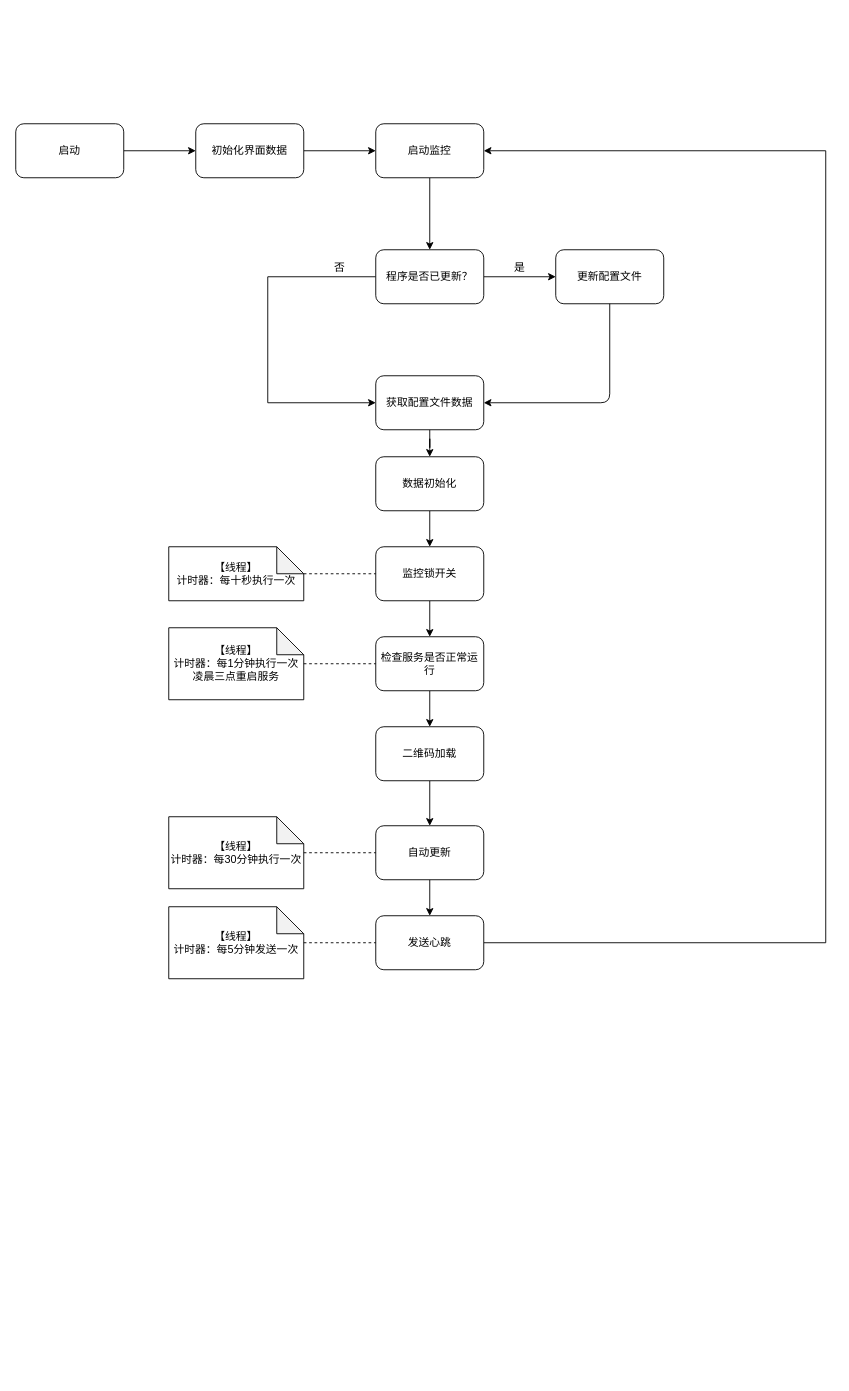
Before: 柜子监控程序执行流程图.drawio in Canaban0305/Documents, a draw.io diagram. Source tidied: cells renumbered, new cells numbered last; positions are measured from the earlier drawing's top-left corner, leaving out a move shared by most shapes. Both pictures are drawn from the tidied source at 90%, with x=0, y=0 at pixel (15, 123).
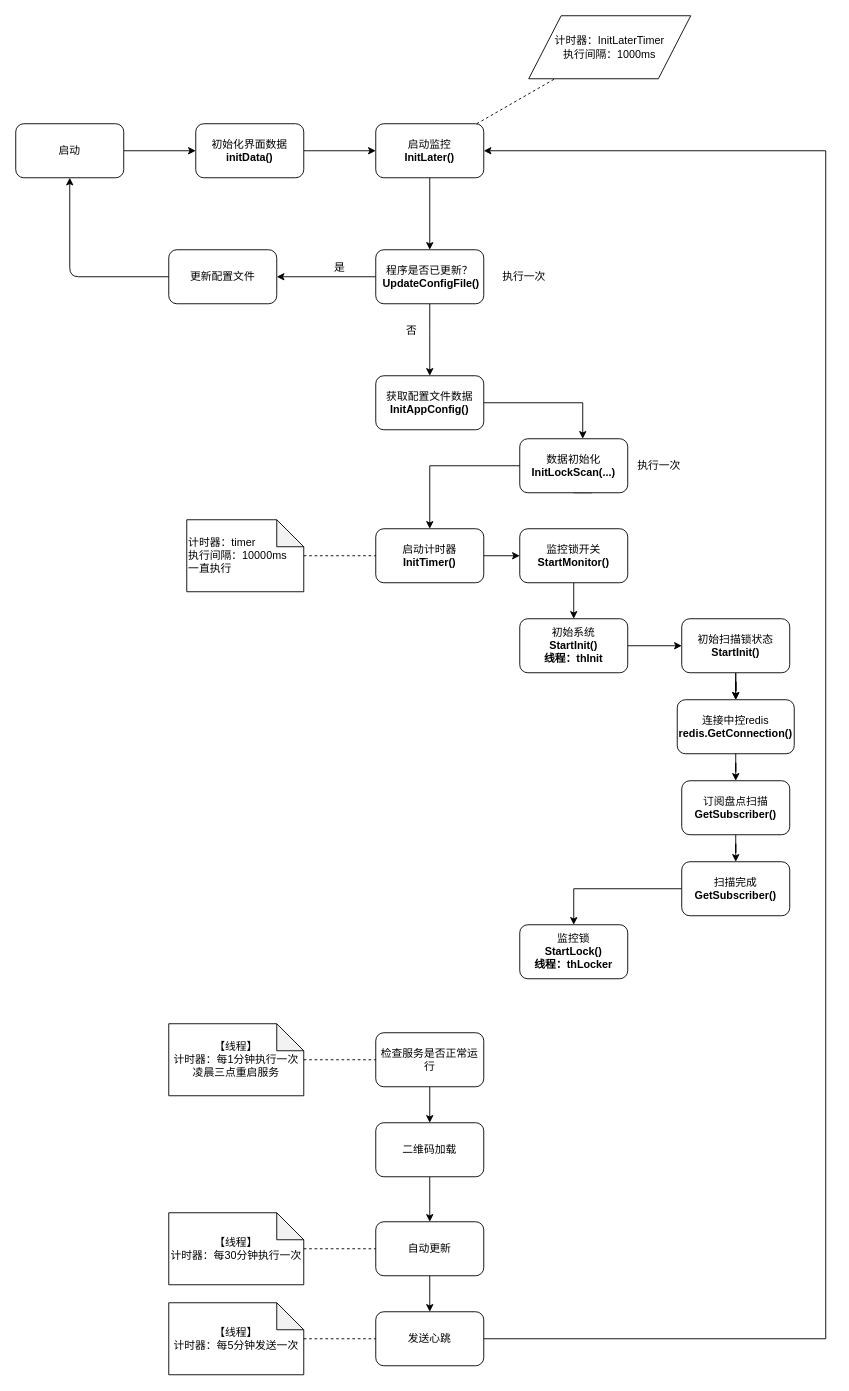
After the change.

Commit message:
更新柜子监控程序执行流程图.drawio

Unchanged cells that the change refers to:
```xml
<mxCell id="3" value="启动" style="rounded=1;whiteSpace=wrap;html=1;" parent="1" vertex="1">
  <mxGeometry width="120" height="60" as="geometry" />
</mxCell>
```

Diff of the diagram source:
```diff
@@
-    <mxCell id="5" value="初始化界面数据" style="rounded=1;whiteSpace=wrap;html=1;" parent="1" vertex="1">
+    <mxCell id="5" value="初始化界面数据&lt;br&gt;&lt;b&gt;initData()&lt;/b&gt;" style="rounded=1;whiteSpace=wrap;html=1;" parent="1" vertex="1">
       <mxGeometry x="200" width="120" height="60" as="geometry" />
     </mxCell>
@@
-    <mxCell id="7" value="启动监控" style="rounded=1;whiteSpace=wrap;html=1;" parent="1" vertex="1">
+    <mxCell id="7" value="启动监控&lt;br&gt;&lt;b&gt;InitLater()&lt;/b&gt;" style="rounded=1;whiteSpace=wrap;html=1;" parent="1" vertex="1">
       <mxGeometry x="400" width="120" height="60" as="geometry" />
     </mxCell>
@@
     <mxCell id="9" style="edgeStyle=orthogonalEdgeStyle;rounded=0;jettySize=auto;html=1;" parent="1" edge="1" source="10" target="12">
       <mxGeometry relative="1" as="geometry">
         <Array as="points">
-          <mxPoint x="280" y="170" />
-          <mxPoint x="280" y="310" />
+          <mxPoint x="460" y="230" />
+          <mxPoint x="460" y="230" />
         </Array>
       </mxGeometry>
     </mxCell>
-    <mxCell id="10" value="程序是否已更新？" style="rounded=1;whiteSpace=wrap;html=1;" parent="1" vertex="1">
+    <mxCell id="10" value="程序是否已更新？&lt;br&gt;&lt;b&gt;&amp;nbsp;UpdateConfigFile()&lt;/b&gt;" style="rounded=1;whiteSpace=wrap;html=1;" parent="1" vertex="1">
       <mxGeometry x="400" y="140" width="120" height="60" as="geometry" />
     </mxCell>
-    <mxCell id="11" style="edgeStyle=orthogonalEdgeStyle;rounded=0;jettySize=auto;html=1;" parent="1" edge="1" source="12" target="14">
-      <mxGeometry relative="1" as="geometry" />
+    <mxCell id="11" style="edgeStyle=orthogonalEdgeStyle;rounded=0;jettySize=auto;html=1;" parent="1" edge="1" source="12" target="38">
+      <mxGeometry relative="1" as="geometry">
+        <Array as="points">
+          <mxPoint x="630" y="310" />
+        </Array>
+      </mxGeometry>
     </mxCell>
-    <mxCell id="12" value="获取配置文件数据" style="rounded=1;whiteSpace=wrap;html=1;" parent="1" vertex="1">
+    <mxCell id="12" value="获取配置文件数据&lt;br&gt;&lt;b&gt;InitAppConfig()&lt;/b&gt;" style="rounded=1;whiteSpace=wrap;html=1;" parent="1" vertex="1">
       <mxGeometry x="400" y="280" width="120" height="60" as="geometry" />
     </mxCell>
-    <mxCell id="13" style="edgeStyle=orthogonalEdgeStyle;rounded=0;jettySize=auto;html=1;" parent="1" edge="1" source="14" target="16">
-      <mxGeometry relative="1" as="geometry" />
-    </mxCell>
-    <mxCell id="14" value="数据初始化" style="rounded=1;whiteSpace=wrap;html=1;" parent="1" vertex="1">
-      <mxGeometry x="400" y="370" width="120" height="60" as="geometry" />
-    </mxCell>
-    <mxCell id="15" style="edgeStyle=orthogonalEdgeStyle;rounded=0;jettySize=auto;html=1;" parent="1" edge="1" source="16" target="18">
-      <mxGeometry relative="1" as="geometry" />
-    </mxCell>
+    <mxCell id="37" style="edgeStyle=orthogonalEdgeStyle;rounded=0;jettySize=auto;html=1;exitX=0.5;exitY=1;exitDx=0;exitDy=0;" parent="1" edge="1" source="38" target="16">
+      <mxGeometry relative="1" as="geometry">
+        <Array as="points">
+          <mxPoint x="640" y="410" />
+          <mxPoint x="640" y="380" />
+          <mxPoint x="460" y="380" />
+        </Array>
+      </mxGeometry>
+    </mxCell>
+    <mxCell id="38" value="数据初始化&lt;br&gt;&lt;b&gt;InitLockScan(...)&lt;/b&gt;" style="rounded=1;whiteSpace=wrap;html=1;" parent="1" vertex="1">
+      <mxGeometry x="560" y="350" width="120" height="60" as="geometry" />
+    </mxCell>
+    <mxCell id="39" style="edgeStyle=orthogonalEdgeStyle;rounded=0;jettySize=auto;html=1;" parent="1" edge="1" source="16" target="41">
+      <mxGeometry relative="1" as="geometry" />
+    </mxCell>
-    <mxCell id="16" value="监控锁开关" style="rounded=1;whiteSpace=wrap;html=1;" parent="1" vertex="1">
-      <mxGeometry x="400" y="470" width="120" height="60" as="geometry" />
+    <mxCell id="16" value="启动计时器&lt;br&gt;&lt;b&gt;InitTimer()&lt;/b&gt;" style="rounded=1;whiteSpace=wrap;html=1;" parent="1" vertex="1">
+      <mxGeometry x="400" y="450" width="120" height="60" as="geometry" />
     </mxCell>
+    <mxCell id="40" style="edgeStyle=orthogonalEdgeStyle;rounded=0;jettySize=auto;html=1;" parent="1" edge="1" source="41" target="43">
+      <mxGeometry relative="1" as="geometry" />
+    </mxCell>
+    <mxCell id="41" value="监控锁开关&lt;br&gt;&lt;b&gt;StartMonitor()&lt;/b&gt;" style="rounded=1;whiteSpace=wrap;html=1;" parent="1" vertex="1">
+      <mxGeometry x="560" y="450" width="120" height="60" as="geometry" />
+    </mxCell>
+    <mxCell id="42" style="edgeStyle=orthogonalEdgeStyle;rounded=0;jettySize=auto;html=1;" parent="1" edge="1" source="43" target="47">
+      <mxGeometry relative="1" as="geometry" />
+    </mxCell>
+    <mxCell id="43" value="初始系统&lt;br&gt;&lt;b&gt;StartInit()&lt;/b&gt;&lt;br&gt;&lt;b&gt;线程：thInit&lt;/b&gt;" style="rounded=1;whiteSpace=wrap;html=1;" parent="1" vertex="1">
+      <mxGeometry x="560" y="550" width="120" height="60" as="geometry" />
+    </mxCell>
+    <mxCell id="44" value="监控锁&lt;br&gt;&lt;b&gt;StartLock()&lt;/b&gt;&lt;br&gt;&lt;b&gt;线程：thLocker&lt;/b&gt;" style="rounded=1;whiteSpace=wrap;html=1;" parent="1" vertex="1">
+      <mxGeometry x="560" y="890" width="120" height="60" as="geometry" />
+    </mxCell>
+    <mxCell id="45" style="edgeStyle=orthogonalEdgeStyle;rounded=0;jettySize=auto;html=1;" parent="1" edge="1" source="47" target="52">
+      <mxGeometry relative="1" as="geometry" />
+    </mxCell>
+    <mxCell id="46" style="edgeStyle=orthogonalEdgeStyle;rounded=0;jettySize=auto;html=1;" parent="1" edge="1" source="47" target="52">
+      <mxGeometry relative="1" as="geometry" />
+    </mxCell>
+    <mxCell id="47" value="初始扫描锁状态&lt;b&gt;StartInit()&lt;/b&gt;" style="rounded=1;whiteSpace=wrap;html=1;" parent="1" vertex="1">
+      <mxGeometry x="740" y="550" width="120" height="60" as="geometry" />
+    </mxCell>
+    <mxCell id="48" style="edgeStyle=orthogonalEdgeStyle;rounded=0;jettySize=auto;html=1;" parent="1" edge="1" source="49" target="51">
+      <mxGeometry relative="1" as="geometry" />
+    </mxCell>
+    <mxCell id="49" value="订阅盘点扫描&lt;br&gt;&lt;b&gt;GetSubscriber()&lt;/b&gt;" style="rounded=1;whiteSpace=wrap;html=1;" parent="1" vertex="1">
+      <mxGeometry x="740" y="730" width="120" height="60" as="geometry" />
+    </mxCell>
+    <mxCell id="50" style="edgeStyle=orthogonalEdgeStyle;rounded=0;jettySize=auto;html=1;" parent="1" edge="1" source="51" target="44">
+      <mxGeometry relative="1" as="geometry" />
+    </mxCell>
+    <mxCell id="51" value="扫描完成&lt;br&gt;&lt;b&gt;GetSubscriber()&lt;/b&gt;" style="rounded=1;whiteSpace=wrap;html=1;" parent="1" vertex="1">
+      <mxGeometry x="740" y="820" width="120" height="60" as="geometry" />
+    </mxCell>
+    <mxCell id="52" value="连接中控redis&lt;br&gt;&lt;b&gt;redis.GetConnection()&lt;/b&gt;" style="rounded=1;whiteSpace=wrap;html=1;" parent="1" vertex="1">
+      <mxGeometry x="735" y="640" width="130" height="60" as="geometry" />
+    </mxCell>
@@
     <mxCell id="18" value="检查服务是否正常运行" style="rounded=1;whiteSpace=wrap;html=1;" parent="1" vertex="1">
-      <mxGeometry x="400" y="570" width="120" height="60" as="geometry" />
+      <mxGeometry x="400" y="1010" width="120" height="60" as="geometry" />
     </mxCell>
@@
     <mxCell id="20" value="二维码加载" style="rounded=1;whiteSpace=wrap;html=1;" parent="1" vertex="1">
-      <mxGeometry x="400" y="670" width="120" height="60" as="geometry" />
+      <mxGeometry x="400" y="1110" width="120" height="60" as="geometry" />
     </mxCell>
@@
     <mxCell id="22" value="自动更新" style="rounded=1;whiteSpace=wrap;html=1;" parent="1" vertex="1">
-      <mxGeometry x="400" y="780" width="120" height="60" as="geometry" />
+      <mxGeometry x="400" y="1220" width="120" height="60" as="geometry" />
     </mxCell>
     <mxCell id="23" style="edgeStyle=orthogonalEdgeStyle;rounded=0;jettySize=auto;html=1;" parent="1" edge="1" source="24" target="7">
       <mxGeometry relative="1" as="geometry">
         <Array as="points">
-          <mxPoint x="900" y="910" />
+          <mxPoint x="900" y="1350" />
           <mxPoint x="900" y="30" />
         </Array>
       </mxGeometry>
     </mxCell>
     <mxCell id="24" value="发送心跳" style="rounded=1;whiteSpace=wrap;html=1;" parent="1" vertex="1">
-      <mxGeometry x="400" y="880" width="120" height="60" as="geometry" />
+      <mxGeometry x="400" y="1320" width="120" height="60" as="geometry" />
     </mxCell>
     <mxCell id="25" value="更新配置文件" style="rounded=1;whiteSpace=wrap;html=1;" parent="1" vertex="1">
-      <mxGeometry x="600" y="140" width="120" height="60" as="geometry" />
+      <mxGeometry x="170" y="140" width="120" height="60" as="geometry" />
     </mxCell>
-    <mxCell id="26" value="是" style="text;html=1;strokeColor=none;fillColor=none;align=center;verticalAlign=middle;whiteSpace=wrap;rounded=0;" parent="1" vertex="1">
-      <mxGeometry x="540" y="150" width="40" height="20" as="geometry" />
+    <mxCell id="26" value="否" style="text;html=1;strokeColor=none;fillColor=none;align=center;verticalAlign=middle;whiteSpace=wrap;rounded=0;" parent="1" vertex="1">
+      <mxGeometry x="420" y="220" width="40" height="20" as="geometry" />
     </mxCell>
-    <mxCell id="27" value="否" style="text;html=1;strokeColor=none;fillColor=none;align=center;verticalAlign=middle;whiteSpace=wrap;rounded=0;" parent="1" vertex="1">
+    <mxCell id="27" value="是" style="text;html=1;strokeColor=none;fillColor=none;align=center;verticalAlign=middle;whiteSpace=wrap;rounded=0;" parent="1" vertex="1">
       <mxGeometry x="340" y="150" width="40" height="20" as="geometry" />
     </mxCell>
-    <mxCell id="28" style="endArrow=classic;html=1;" parent="1" edge="1" source="25" target="12">
-      <mxGeometry relative="1" as="geometry">
-        <Array as="points">
-          <mxPoint x="660" y="310" />
-        </Array>
-      </mxGeometry>
-    </mxCell>
-    <mxCell id="29" value="【线程】&lt;br&gt;计时器：每十秒执行一次" style="shape=note;whiteSpace=wrap;html=1;backgroundOutline=1;darkOpacity=0.05;" parent="1" vertex="1">
-      <mxGeometry x="170" y="470" width="150" height="60" as="geometry" />
+    <mxCell id="29" value="计时器：timer&lt;br&gt;执行间隔：10000ms&lt;br&gt;一直执行" style="shape=note;whiteSpace=wrap;html=1;backgroundOutline=1;darkOpacity=0.05;align=left;" parent="1" vertex="1">
+      <mxGeometry x="190" y="440" width="130" height="80" as="geometry" />
     </mxCell>
     <mxCell id="30" value="【线程】&lt;br&gt;计时器：每1分钟执行一次&lt;br&gt;凌晨三点重启服务" style="shape=note;whiteSpace=wrap;html=1;backgroundOutline=1;darkOpacity=0.05;" parent="1" vertex="1">
-      <mxGeometry x="170" y="560" width="150" height="80" as="geometry" />
+      <mxGeometry x="170" y="1000" width="150" height="80" as="geometry" />
     </mxCell>
     <mxCell id="31" value="【线程】&lt;br&gt;计时器：每30分钟执行一次" style="shape=note;whiteSpace=wrap;html=1;backgroundOutline=1;darkOpacity=0.05;" parent="1" vertex="1">
-      <mxGeometry x="170" y="770" width="150" height="80" as="geometry" />
+      <mxGeometry x="170" y="1210" width="150" height="80" as="geometry" />
     </mxCell>
     <mxCell id="32" value="【线程】&lt;br&gt;计时器：每5分钟发送一次" style="shape=note;whiteSpace=wrap;html=1;backgroundOutline=1;darkOpacity=0.05;" parent="1" vertex="1">
-      <mxGeometry x="170" y="870" width="150" height="80" as="geometry" />
+      <mxGeometry x="170" y="1310" width="150" height="80" as="geometry" />
     </mxCell>
@@
+    <mxCell id="53" value="计时器：InitLaterTimer&lt;br&gt;执行间隔：1000ms" style="shape=parallelogram;perimeter=parallelogramPerimeter;whiteSpace=wrap;html=1;" parent="1" vertex="1">
+      <mxGeometry x="570" y="-120" width="180" height="70" as="geometry" />
+    </mxCell>
+    <mxCell id="54" style="endArrow=none;dashed=1;html=1;" parent="1" edge="1" source="7" target="53">
+      <mxGeometry relative="1" as="geometry" />
+    </mxCell>
+    <mxCell id="55" style="endArrow=classic;html=1;entryX=0.5;entryY=1;entryDx=0;entryDy=0;" parent="1" edge="1" source="25" target="3">
+      <mxGeometry relative="1" as="geometry">
+        <Array as="points">
+          <mxPoint x="60" y="170" />
+        </Array>
+      </mxGeometry>
+    </mxCell>
+    <mxCell id="56" value="执行一次" style="text;html=1;strokeColor=none;fillColor=none;align=center;verticalAlign=middle;whiteSpace=wrap;rounded=0;" parent="1" vertex="1">
+      <mxGeometry x="690" y="370" width="50" height="20" as="geometry" />
+    </mxCell>
+    <mxCell id="57" value="执行一次" style="text;html=1;strokeColor=none;fillColor=none;align=center;verticalAlign=middle;whiteSpace=wrap;rounded=0;" parent="1" vertex="1">
+      <mxGeometry x="540" y="160" width="50" height="20" as="geometry" />
+    </mxCell>
+    <mxCell id="58" style="edgeStyle=orthogonalEdgeStyle;rounded=0;jettySize=auto;html=1;" parent="1" edge="1" source="52" target="49">
+      <mxGeometry relative="1" as="geometry" />
+    </mxCell>
```
